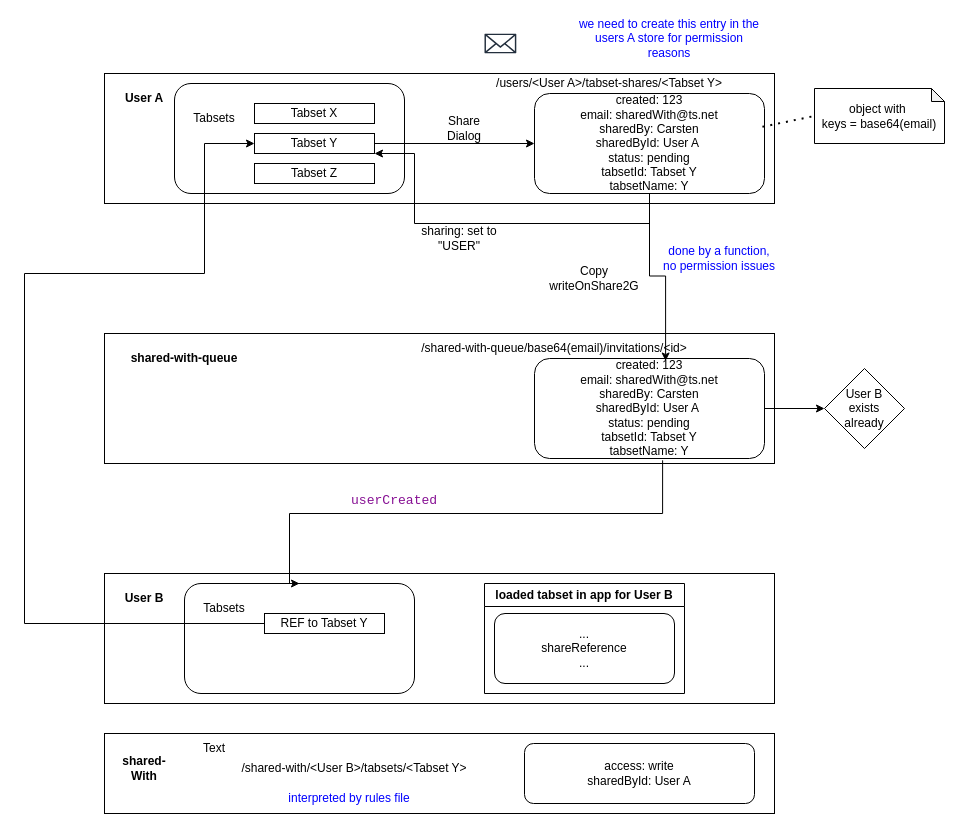
Before: docs/sharing.drawio in evandor/tabsets-pro, a draw.io diagram. Source tidied: cells renumbered, new cells numbered last; positions are measured from the earlier drawing's top-left corner, leaving out a move shared by most shapes. Both pictures are drawn from the tidied source at 100%, with x=0, y=0 at pixel (24, 23).
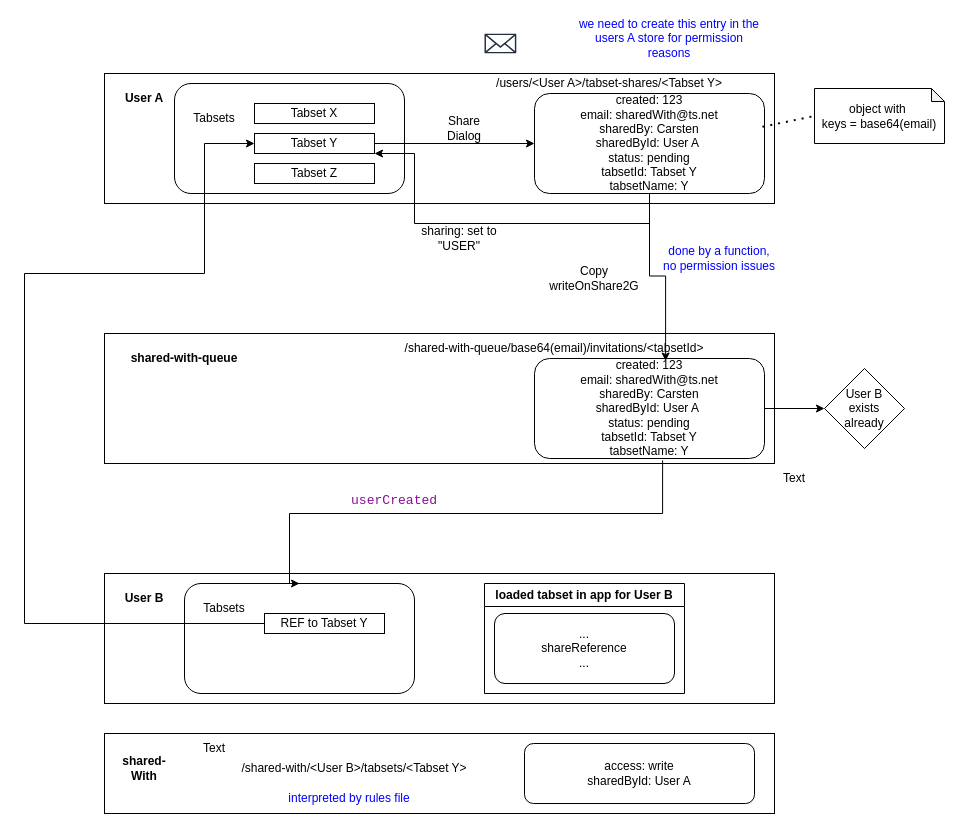
Above is the later version.

Commit message (it also covers changes not shown here):
sharing tabsets logic, wip

What changed in the source:
```diff
@@
-    <mxCell id="42" value="/shared-with-queue/base64(email)/invitations/&amp;lt;id&amp;gt;" style="text;html=1;strokeColor=none;fillColor=none;align=center;verticalAlign=middle;whiteSpace=wrap;rounded=0;" parent="1" vertex="1">
+    <mxCell id="42" value="/shared-with-queue/base64(email)/invitations/&amp;lt;tabsetId&amp;gt;" style="text;html=1;strokeColor=none;fillColor=none;align=center;verticalAlign=middle;whiteSpace=wrap;rounded=0;" parent="1" vertex="1">
       <mxGeometry x="325" y="315" width="410" height="20" as="geometry" />
     </mxCell>
@@
+    <mxCell id="44" value="Text" style="text;strokeColor=none;align=center;fillColor=none;html=1;verticalAlign=middle;whiteSpace=wrap;rounded=0;" parent="1" vertex="1">
+      <mxGeometry x="740" y="440" width="60" height="30" as="geometry" />
+    </mxCell>
```
